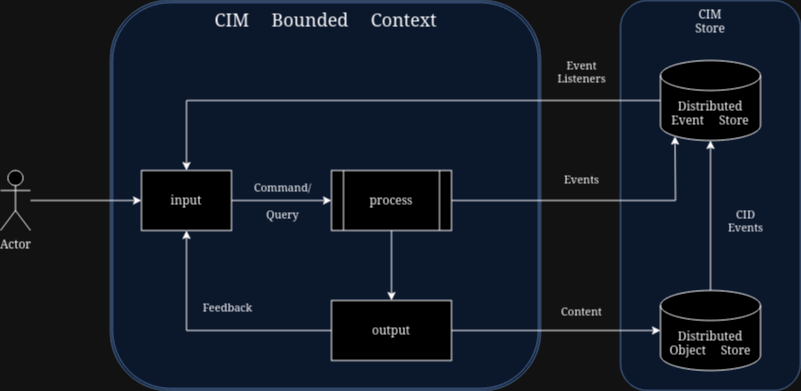
Earlier version of the draw.io export cim.drawio.png (AmaranthosIO/drawings). Source tidied: cells renumbered, new cells last; positions are measured from the earlier drawing's top-left corner, leaving out a move shared by most shapes.
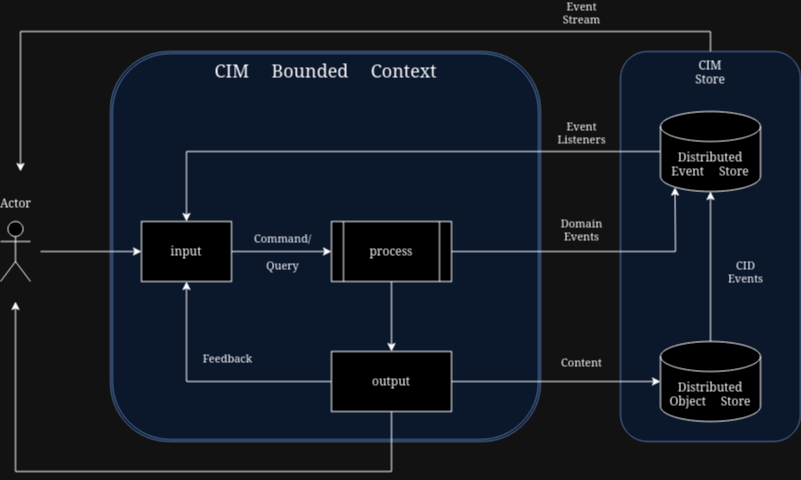
The same diagram one commit later.

What changed in the source:
```diff
@@ -33,11 +33,20 @@
         </Array>
       </mxGeometry>
     </mxCell>
-    <mxCell id="10" value="Event&lt;br&gt;Listeners" style="edgeLabel;html=1;align=center;verticalAlign=middle;labelBackgroundColor=none;spacingTop=0;spacingBottom=18;noLabel=0;" parent="9" vertex="1">
+    <mxCell id="10" value="Event&lt;br&gt;Stream" style="edgeLabel;html=1;align=center;verticalAlign=middle;labelBackgroundColor=none;spacingTop=0;spacingBottom=18;noLabel=0;" parent="9" vertex="1">
       <mxGeometry x="-0.12" y="-3" relative="1" as="geometry">
-        <mxPoint x="158" y="-17" as="offset" />
+        <mxPoint x="158" y="-127" as="offset" />
       </mxGeometry>
     </mxCell>
+    <mxCell id="25" style="edgeStyle=none;rounded=0;jettySize=auto;html=1;exitX=0.5;exitY=0;exitDx=0;exitDy=0;align=center;" parent="1" edge="1" source="2">
+      <mxGeometry relative="1" as="geometry">
+        <mxPoint x="20" y="120" as="targetPoint" />
+        <Array as="points">
+          <mxPoint x="710" y="-20" />
+          <mxPoint x="20" y="-20" />
+        </Array>
+      </mxGeometry>
+    </mxCell>
     <mxCell id="11" value="&lt;div&gt;Distributed&lt;/div&gt;&lt;div&gt;Event Store&lt;/div&gt;" style="shape=cylinder3;whiteSpace=wrap;html=1;boundedLbl=1;backgroundOutline=1;size=15;" parent="1" vertex="1">
       <mxGeometry x="660" y="60" width="100" height="80" as="geometry" />
     </mxCell>
@@ -64,6 +73,15 @@
         <mxPoint x="39" y="-11" as="offset" />
       </mxGeometry>
     </mxCell>
+    <mxCell id="26" style="edgeStyle=none;rounded=0;jettySize=auto;html=1;exitX=0.5;exitY=1;exitDx=0;exitDy=0;" parent="1" edge="1" source="17">
+      <mxGeometry relative="1" as="geometry">
+        <mxPoint x="15" y="250" as="targetPoint" />
+        <Array as="points">
+          <mxPoint x="391" y="420" />
+          <mxPoint x="15" y="420" />
+        </Array>
+      </mxGeometry>
+    </mxCell>
     <mxCell id="17" value="output" style="rounded=0;whiteSpace=wrap;html=1;" parent="1" vertex="1">
       <mxGeometry x="331" y="300" width="120" height="60" as="geometry" />
     </mxCell>
@@ -86,7 +104,7 @@
         </Array>
       </mxGeometry>
     </mxCell>
-    <mxCell id="21" value="Events" style="edgeLabel;html=1;align=center;verticalAlign=middle;labelBackgroundColor=none;spacingBottom=24;" parent="20" vertex="1">
+    <mxCell id="21" value="Domain&lt;br&gt;Events" style="edgeLabel;html=1;align=center;verticalAlign=middle;labelBackgroundColor=none;spacingBottom=24;" parent="20" vertex="1">
       <mxGeometry x="-0.09" relative="1" as="geometry">
         <mxPoint x="-2" y="-10" as="offset" />
       </mxGeometry>
@@ -94,11 +112,16 @@
     <mxCell id="22" style="edgeStyle=none;rounded=0;orthogonalLoop=1;jettySize=auto;html=1;exitX=0;exitY=0.5;exitDx=0;exitDy=0;" parent="1" edge="1" source="3" target="3">
       <mxGeometry relative="1" as="geometry" />
     </mxCell>
-    <mxCell id="23" style="edgeStyle=none;rounded=0;jettySize=auto;html=1;entryX=0;entryY=0.5;entryDx=0;entryDy=0;" parent="1" edge="1" source="24" target="14">
-      <mxGeometry relative="1" as="geometry" />
+    <mxCell id="23" style="edgeStyle=none;rounded=0;jettySize=auto;html=1;entryX=0;entryY=0.5;entryDx=0;entryDy=0;" parent="1" edge="1" target="14">
+      <mxGeometry relative="1" as="geometry">
+        <mxPoint x="40" y="200" as="sourcePoint" />
+      </mxGeometry>
     </mxCell>
-    <mxCell id="24" value="Actor" style="shape=umlActor;verticalLabelPosition=bottom;verticalAlign=top;html=1;outlineConnect=0;" parent="1" vertex="1">
+    <mxCell id="24" value="Actor" style="shape=umlActor;verticalLabelPosition=top;verticalAlign=bottom;html=1;outlineConnect=0;labelPosition=center;align=center;spacingBottom=8;" parent="1" vertex="1">
       <mxGeometry y="170" width="30" height="60" as="geometry" />
     </mxCell>
+    <mxCell id="27" value="Event&lt;br&gt;Listeners" style="edgeLabel;html=1;align=center;verticalAlign=middle;labelBackgroundColor=none;spacingTop=0;spacingBottom=18;noLabel=0;" parent="1" vertex="1">
+      <mxGeometry x="580" y="90" as="geometry" />
+    </mxCell>
   </root>
 </mxGraphModel>
```
